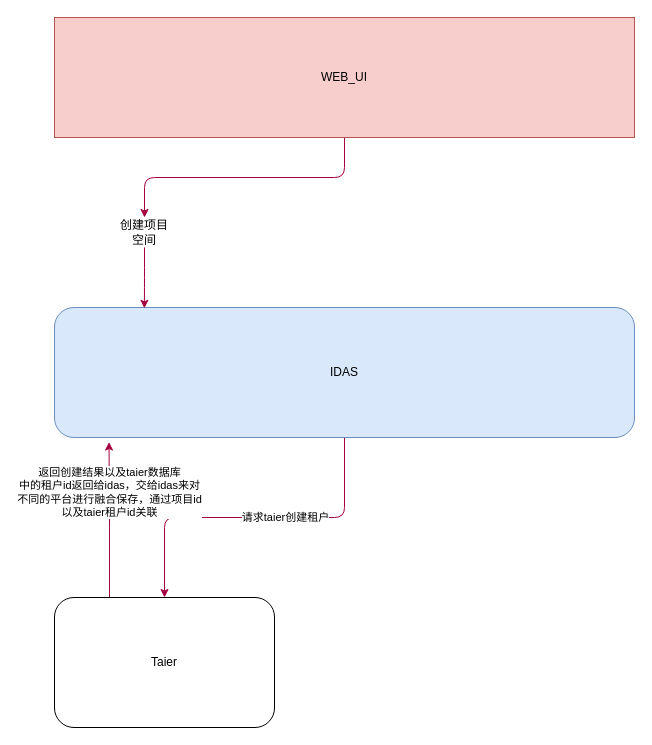
Before: 9zdata/iDas/iDas和Taier之间的项目结合.drawio in kushinae/diagrams, a draw.io diagram. Source tidied: cells renumbered, new cells numbered last; positions are measured from the earlier drawing's top-left corner, leaving out a move shared by most shapes. Both pictures are drawn from the tidied source at 100%, with x=0, y=0 at pixel (54, 17).
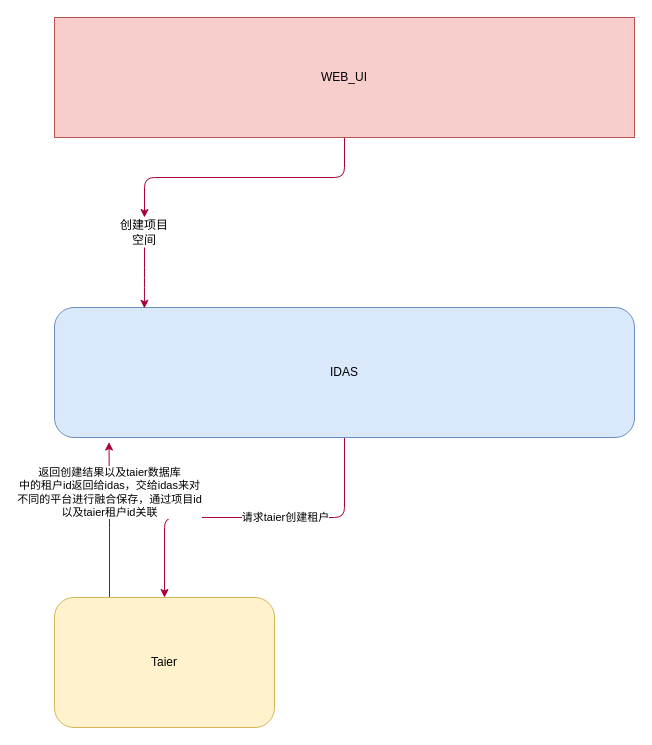
Above is the later version.

Commit message (it also covers changes not shown here):
更新iDas和Taier之间的项目结合.drawio

Diff of the diagram source:
```diff
@@
 <mxGraphModel>
   <root>
     <mxCell id="0" />
     <mxCell id="1" parent="0" />
     <mxCell id="2" style="edgeStyle=orthogonalEdgeStyle;curved=0;rounded=1;sketch=0;jettySize=auto;html=1;entryX=0.5;entryY=0;entryDx=0;entryDy=0;fillColor=#d80073;strokeColor=#A50040;" parent="1" edge="1" source="3" target="7">
       <mxGeometry relative="1" as="geometry" />
     </mxCell>
     <mxCell id="3" value="WEB_UI" style="rounded=0;whiteSpace=wrap;html=1;fontSize=12;fillColor=#f8cecc;strokeColor=#b85450;" parent="1" vertex="1">
       <mxGeometry width="580" height="120" as="geometry" />
     </mxCell>
     <mxCell id="4" value="&#10;&#10;&lt;span style=&quot;color: rgb(0, 0, 0); font-family: helvetica; font-size: 11px; font-style: normal; font-weight: 400; letter-spacing: normal; text-align: center; text-indent: 0px; text-transform: none; word-spacing: 0px; background-color: rgb(255, 255, 255); display: inline; float: none;&quot;&gt;请求taier创建租户&lt;/span&gt;&#10;&#10;" style="edgeStyle=orthogonalEdgeStyle;curved=0;rounded=1;sketch=0;jettySize=auto;html=1;entryX=0.5;entryY=0;entryDx=0;entryDy=0;fillColor=#d80073;strokeColor=#A50040;" parent="1" edge="1" source="5" target="10">
       <mxGeometry x="-0.18" relative="1" as="geometry" />
     </mxCell>
     <mxCell id="5" value="IDAS" style="rounded=1;whiteSpace=wrap;html=1;sketch=0;fillColor=#dae8fc;strokeColor=#6c8ebf;" parent="1" vertex="1">
       <mxGeometry y="290" width="580" height="130" as="geometry" />
     </mxCell>
     <mxCell id="6" style="edgeStyle=orthogonalEdgeStyle;curved=0;rounded=1;sketch=0;jettySize=auto;html=1;exitX=0.5;exitY=1;exitDx=0;exitDy=0;entryX=0.155;entryY=0.006;entryDx=0;entryDy=0;entryPerimeter=0;fillColor=#d80073;strokeColor=#A50040;" parent="1" edge="1" source="7" target="5">
       <mxGeometry relative="1" as="geometry" />
     </mxCell>
     <mxCell id="7" value="创建项目空间" style="text;html=1;strokeColor=none;fillColor=none;align=center;verticalAlign=middle;whiteSpace=wrap;rounded=0;sketch=0;" parent="1" vertex="1">
       <mxGeometry x="60" y="200" width="60" height="30" as="geometry" />
     </mxCell>
     <mxCell id="8" style="edgeStyle=orthogonalEdgeStyle;curved=0;rounded=1;sketch=0;jettySize=auto;html=1;exitX=0.25;exitY=0;exitDx=0;exitDy=0;entryX=0.094;entryY=1.035;entryDx=0;entryDy=0;entryPerimeter=0;fillColor=#d80073;strokeColor=#A50040;" parent="1" edge="1" source="10" target="5">
       <mxGeometry relative="1" as="geometry" />
     </mxCell>
     <mxCell id="9" value="返回创建结果以及taier数据库&lt;br&gt;中的租户id返回给idas，交给idas来对&lt;br&gt;不同的平台进行融合保存，通过项目id&lt;br&gt;以及taier租户id关联" style="edgeLabel;html=1;align=center;verticalAlign=middle;" parent="8" vertex="1">
       <mxGeometry x="0.36" relative="1" as="geometry" />
     </mxCell>
-    <mxCell id="10" value="Taier" style="rounded=1;whiteSpace=wrap;html=1;sketch=0;" parent="1" vertex="1">
+    <mxCell id="10" value="Taier" style="rounded=1;whiteSpace=wrap;html=1;sketch=0;fillColor=#fff2cc;strokeColor=#d6b656;" parent="1" vertex="1">
       <mxGeometry y="580" width="220" height="130" as="geometry" />
     </mxCell>
   </root>
 </mxGraphModel>
```
